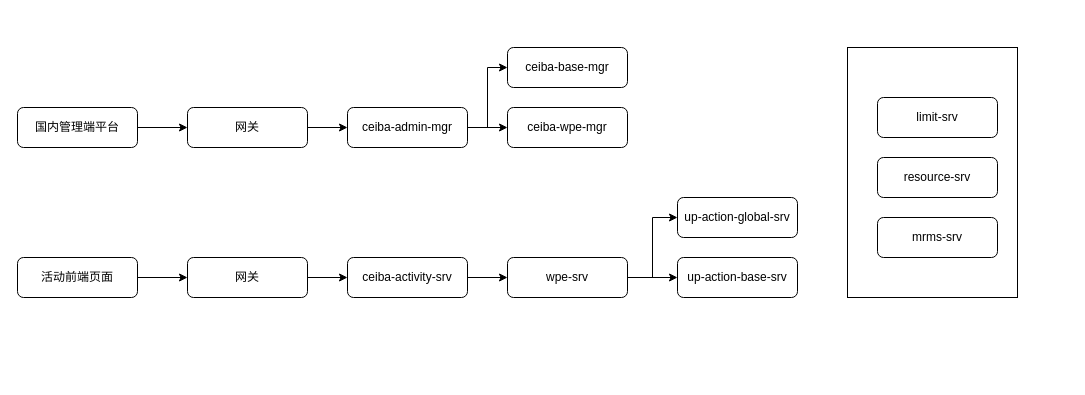
Before: ceiba_global.drawio in axtrur/resource, a draw.io diagram. Source tidied: cells renumbered, new cells numbered last; positions are measured from the earlier drawing's top-left corner, leaving out a move shared by most shapes. Both pictures are drawn from the tidied source at 100%, with x=0, y=0 at pixel (17, 47).
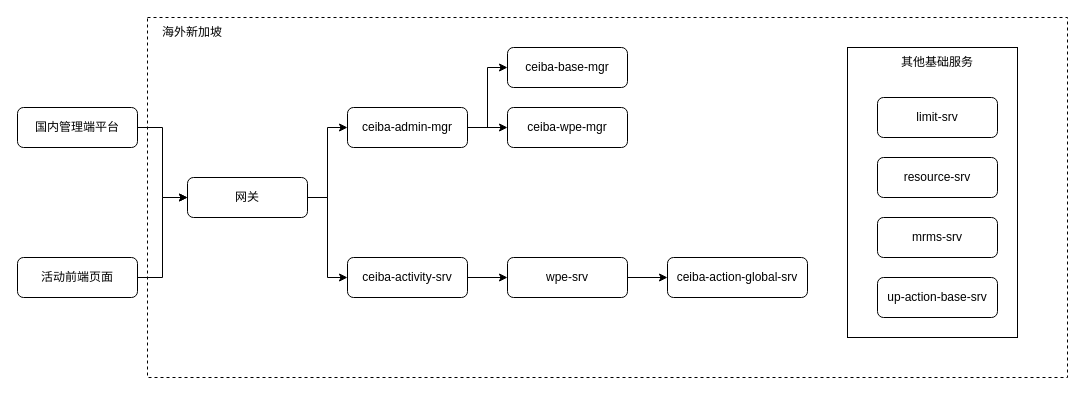
Above is the later version.

The change refers to these unchanged cells:
```xml
<mxCell id="6" value="ceiba-activity-srv" style="rounded=1;whiteSpace=wrap;html=1;" parent="1" vertex="1">
  <mxGeometry x="330" y="210" width="120" height="40" as="geometry" />
</mxCell>
<mxCell id="9" value="wpe-srv" style="rounded=1;whiteSpace=wrap;html=1;" parent="1" vertex="1">
  <mxGeometry x="490" y="210" width="120" height="40" as="geometry" />
</mxCell>
<mxCell id="25" value="活动前端页面" style="rounded=1;whiteSpace=wrap;html=1;" parent="1" vertex="1">
  <mxGeometry y="210" width="120" height="40" as="geometry" />
</mxCell>
```

The edit, as a diff of the source:
```diff
@@
+    <mxCell id="26" style="rounded=0;whiteSpace=wrap;html=1;dashed=1;" parent="1" vertex="1">
+      <mxGeometry x="130" y="-30" width="920" height="360" as="geometry" />
+    </mxCell>
     <mxCell id="2" style="rounded=0;whiteSpace=wrap;html=1;" parent="1" vertex="1">
-      <mxGeometry x="830" width="170" height="250" as="geometry" />
+      <mxGeometry x="830" width="170" height="290" as="geometry" />
     </mxCell>
-    <mxCell id="3" style="edgeStyle=orthogonalEdgeStyle;rounded=0;jettySize=auto;html=1;exitX=1;exitY=0.5;exitDx=0;exitDy=0;" parent="1" edge="1" source="4" target="6">
-      <mxGeometry relative="1" as="geometry" />
-    </mxCell>
-    <mxCell id="4" value="网关" style="rounded=1;whiteSpace=wrap;html=1;" parent="1" vertex="1">
-      <mxGeometry x="170" y="210" width="120" height="40" as="geometry" />
-    </mxCell>
@@
-    <mxCell id="7" style="edgeStyle=orthogonalEdgeStyle;rounded=0;jettySize=auto;html=1;exitX=1;exitY=0.5;exitDx=0;exitDy=0;entryX=0;entryY=0.5;entryDx=0;entryDy=0;" parent="1" edge="1" source="9" target="10">
-      <mxGeometry relative="1" as="geometry" />
-    </mxCell>
@@
     <mxCell id="10" value="up-action-base-srv" style="rounded=1;whiteSpace=wrap;html=1;" parent="1" vertex="1">
-      <mxGeometry x="660" y="210" width="120" height="40" as="geometry" />
+      <mxGeometry x="860" y="230" width="120" height="40" as="geometry" />
     </mxCell>
-    <mxCell id="11" value="up-action-global-srv" style="rounded=1;whiteSpace=wrap;html=1;" parent="1" vertex="1">
-      <mxGeometry x="660" y="150" width="120" height="40" as="geometry" />
+    <mxCell id="11" value="ceiba-action-global-srv" style="rounded=1;whiteSpace=wrap;html=1;" parent="1" vertex="1">
+      <mxGeometry x="650" y="210" width="140" height="40" as="geometry" />
     </mxCell>
@@
+    <mxCell id="27" style="edgeStyle=orthogonalEdgeStyle;rounded=0;jettySize=auto;html=1;exitX=1;exitY=0.5;exitDx=0;exitDy=0;entryX=0;entryY=0.5;entryDx=0;entryDy=0;" parent="1" edge="1" source="21" target="6">
+      <mxGeometry relative="1" as="geometry" />
+    </mxCell>
     <mxCell id="21" value="网关" style="rounded=1;whiteSpace=wrap;html=1;" parent="1" vertex="1">
-      <mxGeometry x="170" y="60" width="120" height="40" as="geometry" />
+      <mxGeometry x="170" y="130" width="120" height="40" as="geometry" />
     </mxCell>
@@
-    <mxCell id="24" style="edgeStyle=orthogonalEdgeStyle;rounded=0;jettySize=auto;html=1;exitX=1;exitY=0.5;exitDx=0;exitDy=0;entryX=0;entryY=0.5;entryDx=0;entryDy=0;" parent="1" edge="1" source="25" target="4">
+    <mxCell id="24" style="edgeStyle=orthogonalEdgeStyle;rounded=0;jettySize=auto;html=1;exitX=1;exitY=0.5;exitDx=0;exitDy=0;entryX=0;entryY=0.5;entryDx=0;entryDy=0;" parent="1" edge="1" source="25" target="21">
       <mxGeometry relative="1" as="geometry" />
     </mxCell>
@@
+    <mxCell id="28" value="海外新加坡" style="text;html=1;align=center;verticalAlign=middle;whiteSpace=wrap;rounded=0;" parent="1" vertex="1">
+      <mxGeometry x="140" y="-30" width="70" height="30" as="geometry" />
+    </mxCell>
+    <mxCell id="29" value="其他基础服务" style="text;html=1;align=center;verticalAlign=middle;whiteSpace=wrap;rounded=0;" parent="1" vertex="1">
+      <mxGeometry x="875" width="90" height="30" as="geometry" />
+    </mxCell>
```
